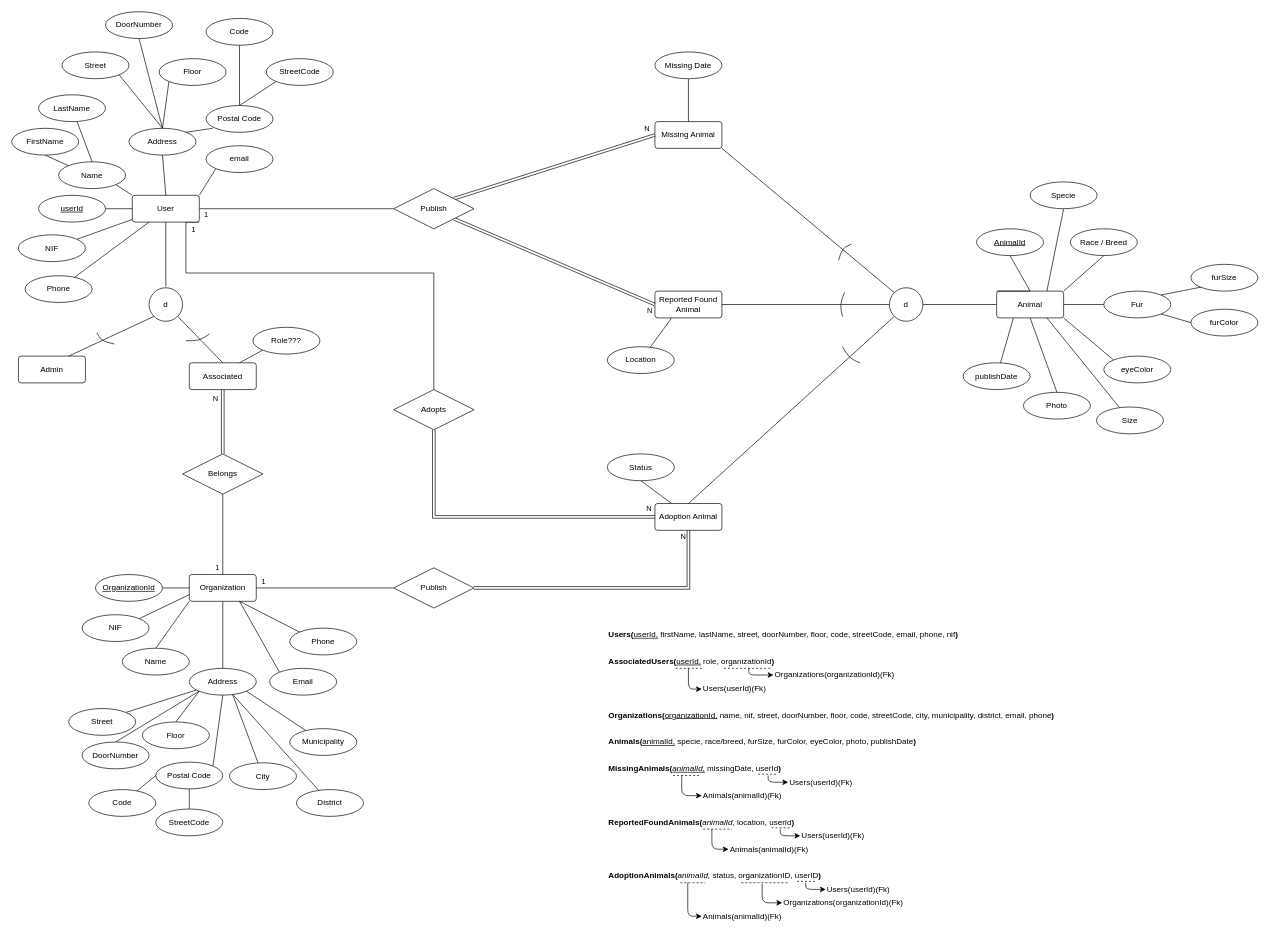
This is Docs/DER.drawio from Projecto-Final-de-Curso-TeSP-PSI/pet-adoption, a draw.io file, before an edit. Source tidied: cells renumbered, new cells numbered last; positions are measured from the earlier drawing's top-left corner, leaving out a move shared by most shapes. Both pictures are drawn from the tidied source at 67%, with x=0, y=0 at pixel (11, 11).
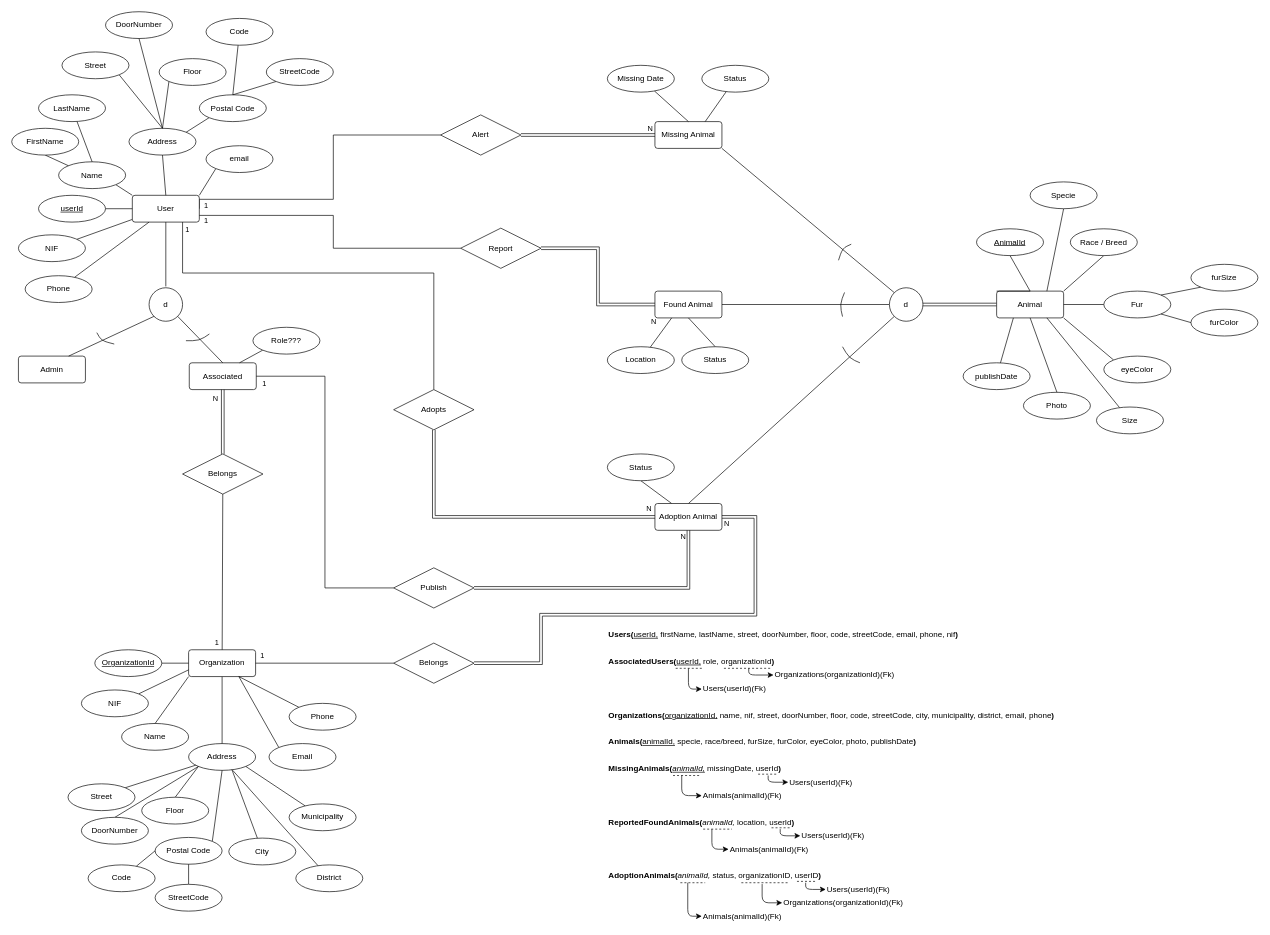
The same diagram, later.

Unchanged cells that the change refers to:
```xml
<mxCell id="3" value="Associated" style="rounded=1;arcSize=10;whiteSpace=wrap;html=1;align=center;" parent="1" vertex="1">
  <mxGeometry x="265" y="524" width="100" height="40" as="geometry" />
</mxCell>
<mxCell id="15" value="d" style="ellipse;whiteSpace=wrap;html=1;" parent="1" vertex="1">
  <mxGeometry x="1310" y="412" width="50" height="50" as="geometry" />
</mxCell>
<mxCell id="17" value="Adoption Animal" style="rounded=1;arcSize=10;whiteSpace=wrap;html=1;align=center;" parent="1" vertex="1">
  <mxGeometry x="960" y="734" width="100" height="40" as="geometry" />
</mxCell>
<mxCell id="18" value="Missing Animal" style="rounded=1;arcSize=10;whiteSpace=wrap;html=1;align=center;" parent="1" vertex="1">
  <mxGeometry x="960" y="164" width="100" height="40" as="geometry" />
</mxCell>
<mxCell id="27" style="group;" parent="1" vertex="1">
  <mxGeometry x="55" y="840" width="490" height="320" as="geometry" />
</mxCell>
<mxCell id="59" style="edgeStyle=none;rounded=0;jettySize=auto;html=1;entryX=0.5;entryY=1;entryDx=0;entryDy=0;endArrow=none;endFill=0;" parent="1" edge="1" source="44" target="8">
  <mxGeometry relative="1" as="geometry" />
</mxCell>
<mxCell id="63" value="Animal" style="rounded=1;arcSize=10;whiteSpace=wrap;html=1;align=center;" parent="1" vertex="1">
  <mxGeometry x="1470" y="417" width="100" height="40" as="geometry" />
</mxCell>
<mxCell id="85" value="Publish" style="shape=rhombus;perimeter=rhombusPerimeter;whiteSpace=wrap;html=1;align=center;" parent="1" vertex="1">
  <mxGeometry x="570" y="830" width="120" height="60" as="geometry" />
</mxCell>
<mxCell id="90" value="User" style="rounded=1;arcSize=10;whiteSpace=wrap;html=1;align=center;" parent="1" vertex="1">
  <mxGeometry x="180" y="274" width="100" height="40" as="geometry" />
</mxCell>
<mxCell id="102" value="Address" style="ellipse;whiteSpace=wrap;html=1;align=center;" parent="1" vertex="1">
  <mxGeometry x="175" y="174" width="100" height="40" as="geometry" />
</mxCell>
<mxCell id="135" value="Adopts" style="shape=rhombus;perimeter=rhombusPerimeter;whiteSpace=wrap;html=1;align=center;" parent="1" vertex="1">
  <mxGeometry x="570" y="564" width="120" height="60" as="geometry" />
</mxCell>
```

Diff of the diagram source:
```diff
@@
-    <mxCell id="14" style="edgeStyle=none;rounded=0;jettySize=auto;html=1;endArrow=none;endFill=0;entryX=0;entryY=0.5;entryDx=0;entryDy=0;" parent="1" edge="1" source="15" target="63">
+    <mxCell id="14" style="edgeStyle=none;rounded=0;jettySize=auto;html=1;endArrow=none;endFill=0;entryX=0;entryY=0.5;entryDx=0;entryDy=0;shape=link;" parent="1" edge="1" source="15" target="63">
       <mxGeometry relative="1" as="geometry" />
     </mxCell>
@@
-    <mxCell id="19" value="Reported Found Animal" style="rounded=1;arcSize=10;whiteSpace=wrap;html=1;align=center;" parent="1" vertex="1">
+    <mxCell id="19" value="Found Animal" style="rounded=1;arcSize=10;whiteSpace=wrap;html=1;align=center;" parent="1" vertex="1">
       <mxGeometry x="960" y="417" width="100" height="40" as="geometry" />
     </mxCell>
@@
     <mxCell id="28" value="Name" style="ellipse;whiteSpace=wrap;html=1;align=center;" parent="27" vertex="1">
-      <mxGeometry x="110" y="110" width="100" height="40" as="geometry" />
+      <mxGeometry x="109" y="222.3" width="100" height="40" as="geometry" />
     </mxCell>
@@
     <mxCell id="30" value="Address" style="ellipse;whiteSpace=wrap;html=1;align=center;" parent="27" vertex="1">
-      <mxGeometry x="210" y="140" width="100" height="40" as="geometry" />
+      <mxGeometry x="209" y="252.3" width="100" height="40" as="geometry" />
     </mxCell>
@@
     <mxCell id="32" value="Floor" style="ellipse;whiteSpace=wrap;html=1;align=center;" parent="27" vertex="1">
-      <mxGeometry x="140" y="220" width="100" height="40" as="geometry" />
+      <mxGeometry x="139" y="332.4" width="100" height="40" as="geometry" />
     </mxCell>
@@
     <mxCell id="34" value="DoorNumber" style="ellipse;whiteSpace=wrap;html=1;align=center;" parent="27" vertex="1">
-      <mxGeometry x="50" y="250" width="100" height="40" as="geometry" />
+      <mxGeometry x="49" y="362.4" width="100" height="40" as="geometry" />
     </mxCell>
@@
     <mxCell id="36" value="Street" style="ellipse;whiteSpace=wrap;html=1;align=center;" parent="27" vertex="1">
-      <mxGeometry x="30" y="200" width="100" height="40" as="geometry" />
+      <mxGeometry x="29" y="312.4" width="100" height="40" as="geometry" />
     </mxCell>
@@
     <mxCell id="38" value="Postal Code" style="ellipse;whiteSpace=wrap;html=1;align=center;" parent="27" vertex="1">
-      <mxGeometry x="160" y="280" width="100" height="40" as="geometry" />
+      <mxGeometry x="159" y="392.4" width="100" height="40" as="geometry" />
     </mxCell>
@@
     <mxCell id="40" value="Code" style="ellipse;whiteSpace=wrap;html=1;align=center;" parent="27" vertex="1">
-      <mxGeometry x="60" y="321" width="100" height="40" as="geometry" />
+      <mxGeometry x="59" y="433.4" width="100" height="40" as="geometry" />
     </mxCell>
@@
     <mxCell id="42" value="StreetCode" style="ellipse;whiteSpace=wrap;html=1;align=center;" parent="27" vertex="1">
-      <mxGeometry x="160" y="350" width="100" height="40" as="geometry" />
+      <mxGeometry x="159" y="462.4" width="100" height="40" as="geometry" />
     </mxCell>
@@
     <mxCell id="44" value="Organization" style="rounded=1;arcSize=10;whiteSpace=wrap;html=1;align=center;" parent="27" vertex="1">
-      <mxGeometry x="210" width="100" height="40" as="geometry" />
+      <mxGeometry x="209" y="112.3" width="100" height="40" as="geometry" />
     </mxCell>
     <mxCell id="45" style="edgeStyle=none;rounded=0;jettySize=auto;html=1;entryX=0;entryY=0.5;entryDx=0;entryDy=0;endArrow=none;endFill=0;" parent="27" edge="1" source="46" target="44">
-      <mxGeometry x="70" y="-230" as="geometry" />
+      <mxGeometry x="69" y="-117.7" as="geometry" />
     </mxCell>
     <mxCell id="46" value="OrganizationId" style="ellipse;whiteSpace=wrap;html=1;align=center;fontStyle=4;" parent="27" vertex="1">
-      <mxGeometry x="70" width="100" height="40" as="geometry" />
+      <mxGeometry x="69" y="112.3" width="100" height="40" as="geometry" />
     </mxCell>
     <mxCell id="47" style="edgeStyle=none;rounded=0;jettySize=auto;html=1;exitX=1;exitY=0;exitDx=0;exitDy=0;entryX=0;entryY=0.75;entryDx=0;entryDy=0;endArrow=none;endFill=0;" parent="27" edge="1" source="48" target="44">
-      <mxGeometry x="70" y="-230" as="geometry" />
+      <mxGeometry x="69" y="-117.7" as="geometry" />
     </mxCell>
     <mxCell id="48" value="NIF" style="ellipse;whiteSpace=wrap;html=1;align=center;" parent="27" vertex="1">
-      <mxGeometry x="50" y="60" width="100" height="40" as="geometry" />
+      <mxGeometry x="49" y="172.3" width="100" height="40" as="geometry" />
     </mxCell>
     <mxCell id="49" style="edgeStyle=none;rounded=0;jettySize=auto;html=1;exitX=0;exitY=0;exitDx=0;exitDy=0;entryX=0.75;entryY=1;entryDx=0;entryDy=0;endArrow=none;endFill=0;" parent="27" edge="1" source="50" target="44">
-      <mxGeometry x="70" y="-230" as="geometry" />
+      <mxGeometry x="69" y="-117.7" as="geometry" />
     </mxCell>
     <mxCell id="50" value="Email" style="ellipse;whiteSpace=wrap;html=1;align=center;" parent="27" vertex="1">
-      <mxGeometry x="330" y="140" width="100" height="40" as="geometry" />
+      <mxGeometry x="329" y="252.3" width="100" height="40" as="geometry" />
     </mxCell>
     <mxCell id="51" style="edgeStyle=none;rounded=0;jettySize=auto;html=1;exitX=0;exitY=0;exitDx=0;exitDy=0;endArrow=none;endFill=0;entryX=0.75;entryY=1;entryDx=0;entryDy=0;" parent="27" edge="1" source="52" target="44">
-      <mxGeometry x="70" y="-230" as="geometry" />
+      <mxGeometry x="69" y="-117.7" as="geometry" />
     </mxCell>
     <mxCell id="52" value="Phone" style="ellipse;whiteSpace=wrap;html=1;align=center;" parent="27" vertex="1">
-      <mxGeometry x="360" y="80" width="100" height="40" as="geometry" />
+      <mxGeometry x="359" y="192.3" width="100" height="40" as="geometry" />
     </mxCell>
@@
     <mxCell id="54" value="City" style="ellipse;whiteSpace=wrap;html=1;align=center;" parent="27" vertex="1">
-      <mxGeometry x="270" y="281" width="100" height="40" as="geometry" />
+      <mxGeometry x="269" y="393.4" width="100" height="40" as="geometry" />
     </mxCell>
@@
     <mxCell id="56" value="District" style="ellipse;whiteSpace=wrap;html=1;align=center;" parent="27" vertex="1">
-      <mxGeometry x="370" y="321" width="100" height="40" as="geometry" />
+      <mxGeometry x="369" y="433.4" width="100" height="40" as="geometry" />
     </mxCell>
@@
     <mxCell id="58" value="Municipality" style="ellipse;whiteSpace=wrap;html=1;align=center;" parent="27" vertex="1">
-      <mxGeometry x="360" y="230" width="100" height="40" as="geometry" />
+      <mxGeometry x="359" y="342.4" width="100" height="40" as="geometry" />
     </mxCell>
@@
     <mxCell id="60" value="1" style="edgeLabel;html=1;align=center;verticalAlign=middle;" parent="59" vertex="1">
       <mxGeometry x="-0.63" y="-1" relative="1" as="geometry">
-        <mxPoint x="-10" y="10" as="offset" />
+        <mxPoint x="-10" y="31" as="offset" />
       </mxGeometry>
     </mxCell>
@@
-    <mxCell id="86" style="edgeStyle=none;rounded=0;jettySize=auto;html=1;entryX=0;entryY=0.5;entryDx=0;entryDy=0;endArrow=none;endFill=0;" parent="1" edge="1" source="90" target="127">
-      <mxGeometry relative="1" as="geometry" />
+    <mxCell id="86" style="edgeStyle=orthogonalEdgeStyle;rounded=0;jettySize=auto;html=1;entryX=0;entryY=0.5;entryDx=0;entryDy=0;endArrow=none;endFill=0;exitX=1;exitY=0.5;exitDx=0;exitDy=0;" parent="1" edge="1" source="90" target="127">
+      <mxGeometry relative="1" as="geometry">
+        <Array as="points">
+          <mxPoint x="280" y="280" />
+          <mxPoint x="480" y="280" />
+          <mxPoint x="480" y="184" />
+        </Array>
+      </mxGeometry>
     </mxCell>
     <mxCell id="87" value="1" style="edgeLabel;html=1;align=center;verticalAlign=middle;" parent="86" vertex="1">
       <mxGeometry x="-0.24" y="2" relative="1" as="geometry">
-        <mxPoint x="-101" y="10" as="offset" />
+        <mxPoint x="-156" y="10" as="offset" />
       </mxGeometry>
     </mxCell>
-    <mxCell id="88" style="rounded=0;jettySize=auto;html=1;exitX=1;exitY=1;exitDx=0;exitDy=0;entryX=0.5;entryY=0;entryDx=0;entryDy=0;endArrow=none;endFill=0;edgeStyle=orthogonalEdgeStyle;" parent="1" edge="1" source="90" target="135">
+    <mxCell id="88" style="rounded=0;jettySize=auto;html=1;entryX=0.5;entryY=0;entryDx=0;entryDy=0;endArrow=none;endFill=0;edgeStyle=orthogonalEdgeStyle;exitX=0.75;exitY=1;exitDx=0;exitDy=0;" parent="1" edge="1" source="90" target="135">
       <mxGeometry relative="1" as="geometry">
         <Array as="points">
-          <mxPoint x="260" y="314" />
-          <mxPoint x="260" y="390" />
+          <mxPoint x="255" y="390" />
           <mxPoint x="630" y="390" />
         </Array>
       </mxGeometry>
     </mxCell>
     <mxCell id="89" value="1" style="edgeLabel;html=1;align=center;verticalAlign=middle;" parent="88" vertex="1">
       <mxGeometry x="-0.76" y="3" relative="1" as="geometry">
-        <mxPoint x="7" y="-45.7" as="offset" />
+        <mxPoint x="3" y="-64.1" as="offset" />
       </mxGeometry>
     </mxCell>
@@
-    <mxCell id="109" style="edgeStyle=none;rounded=0;jettySize=auto;html=1;entryX=1;entryY=0;entryDx=0;entryDy=0;endArrow=none;endFill=0;" parent="1" edge="1" target="102">
-      <mxGeometry x="280" y="220" as="geometry">
-        <mxPoint x="300" y="174" as="sourcePoint" />
-      </mxGeometry>
+    <mxCell id="109" style="edgeStyle=none;rounded=0;jettySize=auto;html=1;entryX=1;entryY=0;entryDx=0;entryDy=0;endArrow=none;endFill=0;exitX=0;exitY=1;exitDx=0;exitDy=0;" parent="1" edge="1" source="110" target="102">
+      <mxGeometry x="280" y="220" as="geometry" />
     </mxCell>
     <mxCell id="110" value="Postal Code" style="ellipse;whiteSpace=wrap;html=1;align=center;" parent="1" vertex="1">
-      <mxGeometry x="290" y="140" width="100" height="40" as="geometry" />
+      <mxGeometry x="280" y="124" width="100" height="40" as="geometry" />
     </mxCell>
@@
-    <mxCell id="123" style="edgeStyle=none;rounded=0;jettySize=auto;html=1;exitX=1;exitY=0;exitDx=0;exitDy=0;entryX=0;entryY=0.5;entryDx=0;entryDy=0;endArrow=none;endFill=0;shape=link;" parent="1" edge="1" source="127" target="18">
+    <mxCell id="123" style="edgeStyle=none;rounded=0;jettySize=auto;html=1;exitX=1;exitY=0.5;exitDx=0;exitDy=0;entryX=0;entryY=0.5;entryDx=0;entryDy=0;endArrow=none;endFill=0;shape=link;" parent="1" edge="1" source="127" target="18">
       <mxGeometry relative="1" as="geometry" />
     </mxCell>
     <mxCell id="124" value="N" style="edgeLabel;html=1;align=center;verticalAlign=middle;" parent="123" vertex="1">
       <mxGeometry x="0.71" y="2" relative="1" as="geometry">
-        <mxPoint x="32" y="-21" as="offset" />
+        <mxPoint x="21" y="-9" as="offset" />
       </mxGeometry>
     </mxCell>
-    <mxCell id="125" style="edgeStyle=none;rounded=0;jettySize=auto;html=1;exitX=1;exitY=1;exitDx=0;exitDy=0;entryX=0;entryY=0.5;entryDx=0;entryDy=0;endArrow=none;endFill=0;shape=link;" parent="1" edge="1" source="127" target="19">
+    <mxCell id="125" style="edgeStyle=orthogonalEdgeStyle;rounded=0;jettySize=auto;html=1;entryX=0;entryY=0.5;entryDx=0;entryDy=0;endArrow=none;endFill=0;shape=link;exitX=1;exitY=0.5;exitDx=0;exitDy=0;" parent="1" edge="1" source="187" target="19">
       <mxGeometry relative="1" as="geometry" />
     </mxCell>
@@
-    <mxCell id="127" value="Publish" style="shape=rhombus;perimeter=rhombusPerimeter;whiteSpace=wrap;html=1;align=center;" parent="1" vertex="1">
-      <mxGeometry x="570" y="264" width="120" height="60" as="geometry" />
+    <mxCell id="127" value="Alert" style="shape=rhombus;perimeter=rhombusPerimeter;whiteSpace=wrap;html=1;align=center;" parent="1" vertex="1">
+      <mxGeometry x="640" y="154" width="120" height="60" as="geometry" />
     </mxCell>
@@
-    <mxCell id="131" style="edgeStyle=none;rounded=0;jettySize=auto;html=1;exitX=1;exitY=0.5;exitDx=0;exitDy=0;entryX=0;entryY=0.5;entryDx=0;entryDy=0;endArrow=none;endFill=0;" parent="1" edge="1" source="44" target="85">
+    <mxCell id="131" style="edgeStyle=orthogonalEdgeStyle;rounded=0;jettySize=auto;html=1;exitX=1;exitY=0.5;exitDx=0;exitDy=0;entryX=0;entryY=0.5;entryDx=0;entryDy=0;endArrow=none;endFill=0;" parent="1" edge="1" source="3" target="85">
       <mxGeometry relative="1" as="geometry" />
     </mxCell>
     <mxCell id="132" value="1" style="edgeLabel;html=1;align=center;verticalAlign=middle;" parent="131" vertex="1">
       <mxGeometry x="-0.61" relative="1" as="geometry">
-        <mxPoint x="-30" y="-10" as="offset" />
+        <mxPoint x="-91" y="10" as="offset" />
       </mxGeometry>
     </mxCell>
@@
-    <mxCell id="140" style="edgeStyle=orthogonalEdgeStyle;rounded=0;jettySize=auto;html=1;entryX=0.5;entryY=0;entryDx=0;entryDy=0;endArrow=none;endFill=0;" parent="1" edge="1" source="141" target="18">
+    <mxCell id="140" style="rounded=0;jettySize=auto;html=1;entryX=0.5;entryY=0;entryDx=0;entryDy=0;endArrow=none;endFill=0;" parent="1" edge="1" source="141" target="18">
       <mxGeometry relative="1" as="geometry" />
     </mxCell>
     <mxCell id="141" value="Missing Date" style="ellipse;whiteSpace=wrap;html=1;align=center;" parent="1" vertex="1">
-      <mxGeometry x="960" y="60" width="100" height="40" as="geometry" />
+      <mxGeometry x="889" y="80" width="100" height="40" as="geometry" />
     </mxCell>
@@
+    <mxCell id="180" style="edgeStyle=orthogonalEdgeStyle;rounded=0;jettySize=auto;html=1;entryX=1;entryY=0.5;entryDx=0;entryDy=0;endArrow=none;endFill=0;exitX=1;exitY=0.5;exitDx=0;exitDy=0;shape=link;" parent="1" edge="1" source="182" target="17">
+      <mxGeometry relative="1" as="geometry">
+        <Array as="points">
+          <mxPoint x="790" y="972" />
+          <mxPoint x="790" y="900" />
+          <mxPoint x="1110" y="900" />
+          <mxPoint x="1110" y="754" />
+        </Array>
+      </mxGeometry>
+    </mxCell>
+    <mxCell id="181" value="N" style="edgeLabel;html=1;align=center;verticalAlign=middle;" parent="180" vertex="1">
+      <mxGeometry x="0.88" y="2" relative="1" as="geometry">
+        <mxPoint x="-34.4" y="7.9" as="offset" />
+      </mxGeometry>
+    </mxCell>
+    <mxCell id="182" value="Belongs" style="shape=rhombus;perimeter=rhombusPerimeter;whiteSpace=wrap;html=1;align=center;" parent="1" vertex="1">
+      <mxGeometry x="570" y="942.3" width="120" height="60" as="geometry" />
+    </mxCell>
+    <mxCell id="183" style="edgeStyle=orthogonalEdgeStyle;rounded=0;jettySize=auto;html=1;entryX=0;entryY=0.5;entryDx=0;entryDy=0;endArrow=none;endFill=0;" parent="1" edge="1" source="44" target="182">
+      <mxGeometry relative="1" as="geometry" />
+    </mxCell>
+    <mxCell id="184" value="1" style="edgeLabel;html=1;align=center;verticalAlign=middle;" parent="183" vertex="1">
+      <mxGeometry x="-0.69" y="1" relative="1" as="geometry">
+        <mxPoint x="-22.9" y="-11.3" as="offset" />
+      </mxGeometry>
+    </mxCell>
+    <mxCell id="185" style="rounded=0;jettySize=auto;html=1;entryX=1;entryY=0.75;entryDx=0;entryDy=0;endArrow=none;endFill=0;exitX=0;exitY=0.5;exitDx=0;exitDy=0;edgeStyle=orthogonalEdgeStyle;" parent="1" edge="1" source="187" target="90">
+      <mxGeometry relative="1" as="geometry">
+        <Array as="points">
+          <mxPoint x="480" y="353" />
+          <mxPoint x="480" y="304" />
+        </Array>
+      </mxGeometry>
+    </mxCell>
+    <mxCell id="186" value="1" style="edgeLabel;html=1;align=center;verticalAlign=middle;" parent="185" vertex="1">
+      <mxGeometry x="0.8" y="1" relative="1" as="geometry">
+        <mxPoint x="-35" y="6" as="offset" />
+      </mxGeometry>
+    </mxCell>
+    <mxCell id="187" value="Report" style="shape=rhombus;perimeter=rhombusPerimeter;whiteSpace=wrap;html=1;align=center;" parent="1" vertex="1">
+      <mxGeometry x="670" y="323" width="120" height="60" as="geometry" />
+    </mxCell>
+    <mxCell id="188" style="rounded=0;jettySize=auto;html=1;exitX=0.5;exitY=0;exitDx=0;exitDy=0;entryX=0.5;entryY=1;entryDx=0;entryDy=0;endArrow=none;endFill=0;" parent="1" edge="1" source="189" target="19">
+      <mxGeometry relative="1" as="geometry" />
+    </mxCell>
+    <mxCell id="189" value="Status" style="ellipse;whiteSpace=wrap;html=1;align=center;" parent="1" vertex="1">
+      <mxGeometry x="1000" y="500" width="100" height="40" as="geometry" />
+    </mxCell>
+    <mxCell id="190" style="edgeStyle=none;rounded=0;jettySize=auto;html=1;entryX=0.75;entryY=0;entryDx=0;entryDy=0;endArrow=none;endFill=0;" parent="1" edge="1" source="191" target="18">
+      <mxGeometry relative="1" as="geometry" />
+    </mxCell>
+    <mxCell id="191" value="Status" style="ellipse;whiteSpace=wrap;html=1;align=center;" parent="1" vertex="1">
+      <mxGeometry x="1030" y="80" width="100" height="40" as="geometry" />
+    </mxCell>
```
